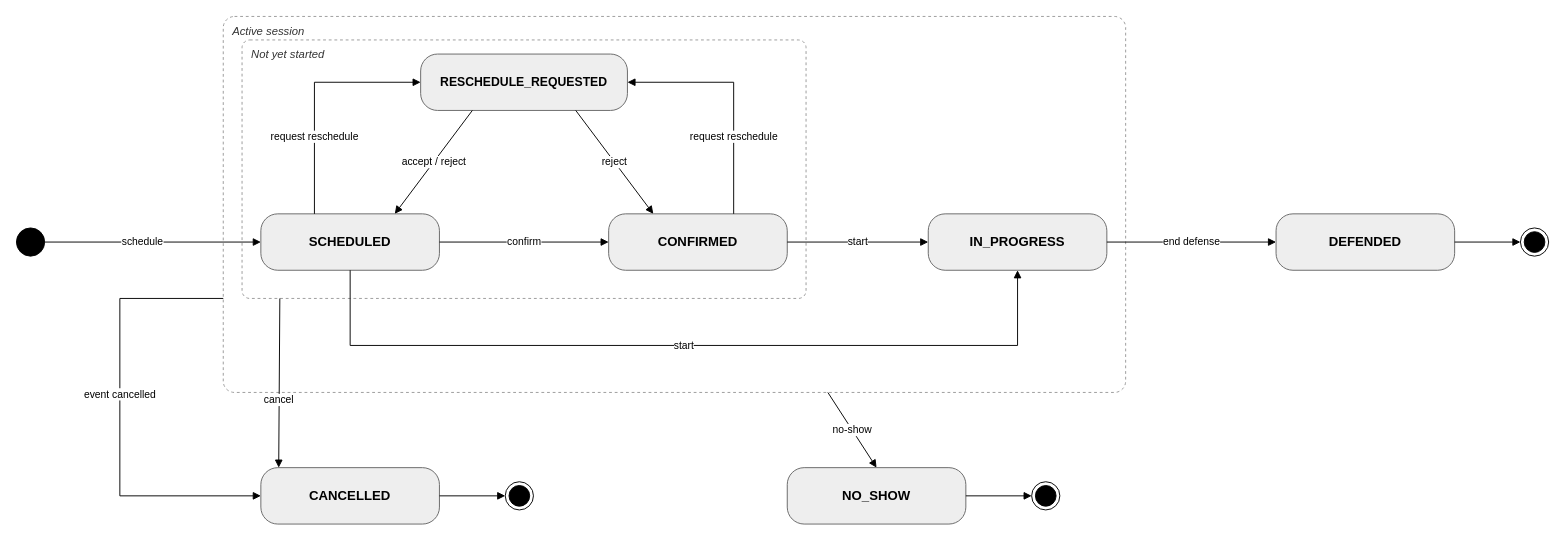
The draw.io diagram page "Event Defense Session" (9 of 9) of docs/03-diagrams/UCMS_State_Diagrams.drawio in nvdekay/ClubManagementSystem, before the edit. Source tidied: cells renumbered, new cells numbered last; positions are measured from the earlier drawing's top-left corner, leaving out a move shared by most shapes. Both pictures are drawn from the tidied source at 94%, with x=0, y=0 at pixel (16, 16).
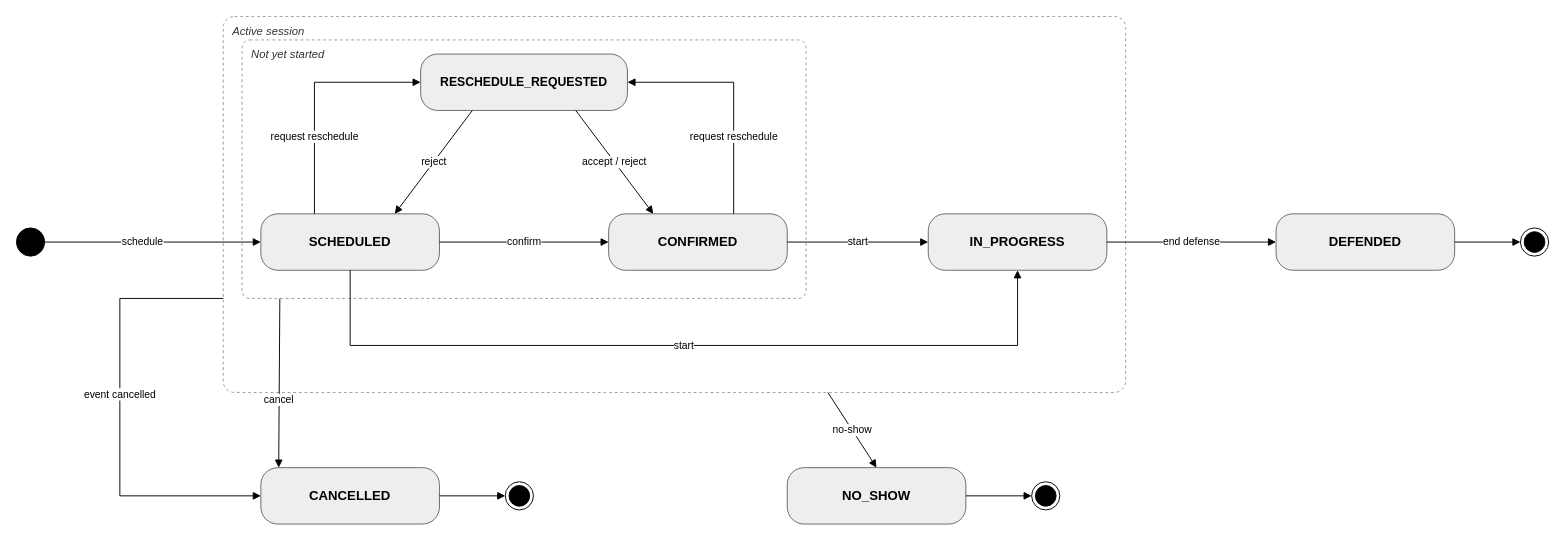
After the change.

Commit message (it also covers changes not shown here):
docs(diagrams): an accepted defense reschedule goes to CONFIRMED

BR63 (ed379ed): accepting a club's reschedule request sets the session CONFIRMED; only a rejection can return to SCHEDULED.

The change refers to these unchanged cells:
```xml
<mxCell id="5" value="RESCHEDULE_REQUESTED" style="rounded=1;arcSize=30;whiteSpace=wrap;html=1;fillColor=#eeeeee;strokeColor=#666666;fontSize=13;fontStyle=1;" parent="1" vertex="1">
  <mxGeometry x="430" y="40" width="220" height="60" as="geometry" />
</mxCell>
<mxCell id="6" value="SCHEDULED" style="rounded=1;arcSize=30;whiteSpace=wrap;html=1;fillColor=#eeeeee;strokeColor=#666666;fontSize=14;fontStyle=1;" parent="1" vertex="1">
  <mxGeometry x="260" y="210" width="190" height="60" as="geometry" />
</mxCell>
<mxCell id="7" value="CONFIRMED" style="rounded=1;arcSize=30;whiteSpace=wrap;html=1;fillColor=#eeeeee;strokeColor=#666666;fontSize=14;fontStyle=1;" parent="1" vertex="1">
  <mxGeometry x="630" y="210" width="190" height="60" as="geometry" />
</mxCell>
```

What changed in the source:
```diff
@@
-    <mxCell id="19" value="accept / reject" style="endArrow=block;endFill=1;html=1;rounded=0;fontSize=11;labelBackgroundColor=#ffffff;exitX=0.25;exitY=1;exitDx=0;exitDy=0;entryX=0.75;entryY=0;entryDx=0;entryDy=0;" parent="1" edge="1" source="5" target="6">
+    <mxCell id="19" value="reject" style="endArrow=block;endFill=1;html=1;rounded=0;fontSize=11;labelBackgroundColor=#ffffff;exitX=0.25;exitY=1;exitDx=0;exitDy=0;entryX=0.75;entryY=0;entryDx=0;entryDy=0;" parent="1" edge="1" source="5" target="6">
       <mxGeometry relative="1" as="geometry" />
     </mxCell>
-    <mxCell id="20" value="reject" style="endArrow=block;endFill=1;html=1;rounded=0;fontSize=11;labelBackgroundColor=#ffffff;exitX=0.75;exitY=1;exitDx=0;exitDy=0;entryX=0.25;entryY=0;entryDx=0;entryDy=0;" parent="1" edge="1" source="5" target="7">
+    <mxCell id="20" value="accept / reject" style="endArrow=block;endFill=1;html=1;rounded=0;fontSize=11;labelBackgroundColor=#ffffff;exitX=0.75;exitY=1;exitDx=0;exitDy=0;entryX=0.25;entryY=0;entryDx=0;entryDy=0;" parent="1" edge="1" source="5" target="7">
       <mxGeometry relative="1" as="geometry" />
     </mxCell>
```
